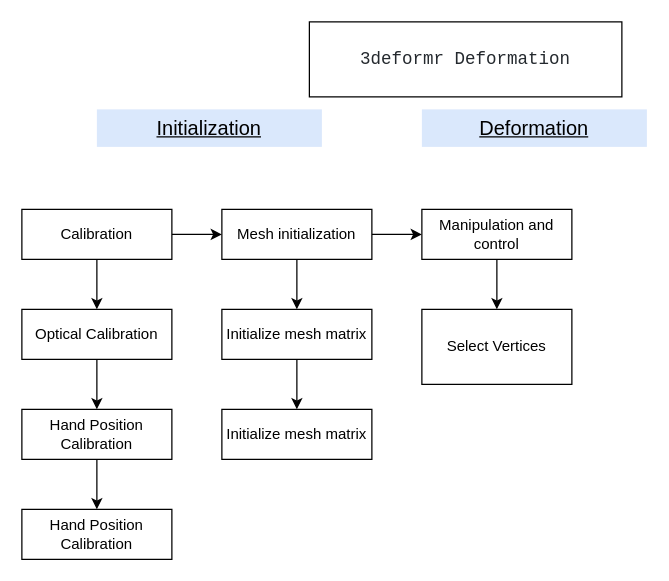
Before: 3deformr_model.drawio in kitylam9/3deformr, a draw.io diagram. Source tidied: cells renumbered, new cells numbered last; positions are measured from the earlier drawing's top-left corner, leaving out a move shared by most shapes. Both pictures are drawn from the tidied source at 125%, with x=0, y=0 at pixel (21, 21).
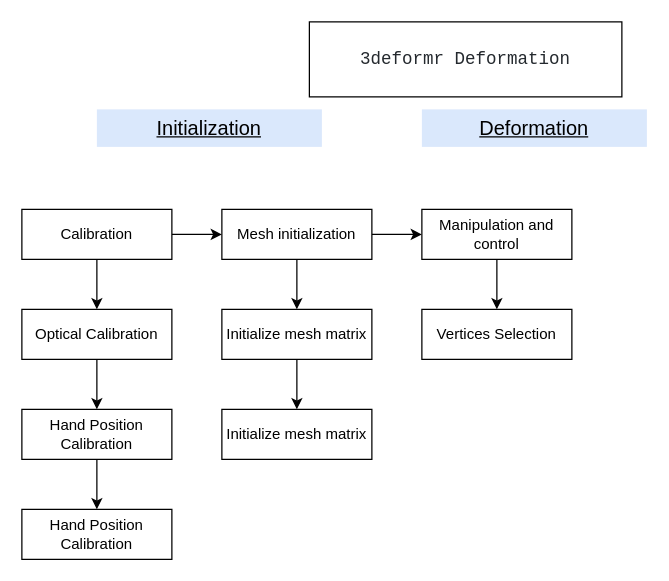
Above is the later version.

The edit, as a diff of the source:
```diff
@@
-    <mxCell id="21" value="Select Vertices" style="rounded=0;whiteSpace=wrap;html=1;" parent="1" vertex="1">
-      <mxGeometry x="320" y="230" width="120" height="60" as="geometry" />
+    <mxCell id="21" value="Vertices Selection" style="rounded=0;whiteSpace=wrap;html=1;" parent="1" vertex="1">
+      <mxGeometry x="320" y="230" width="120" height="40" as="geometry" />
     </mxCell>
```
